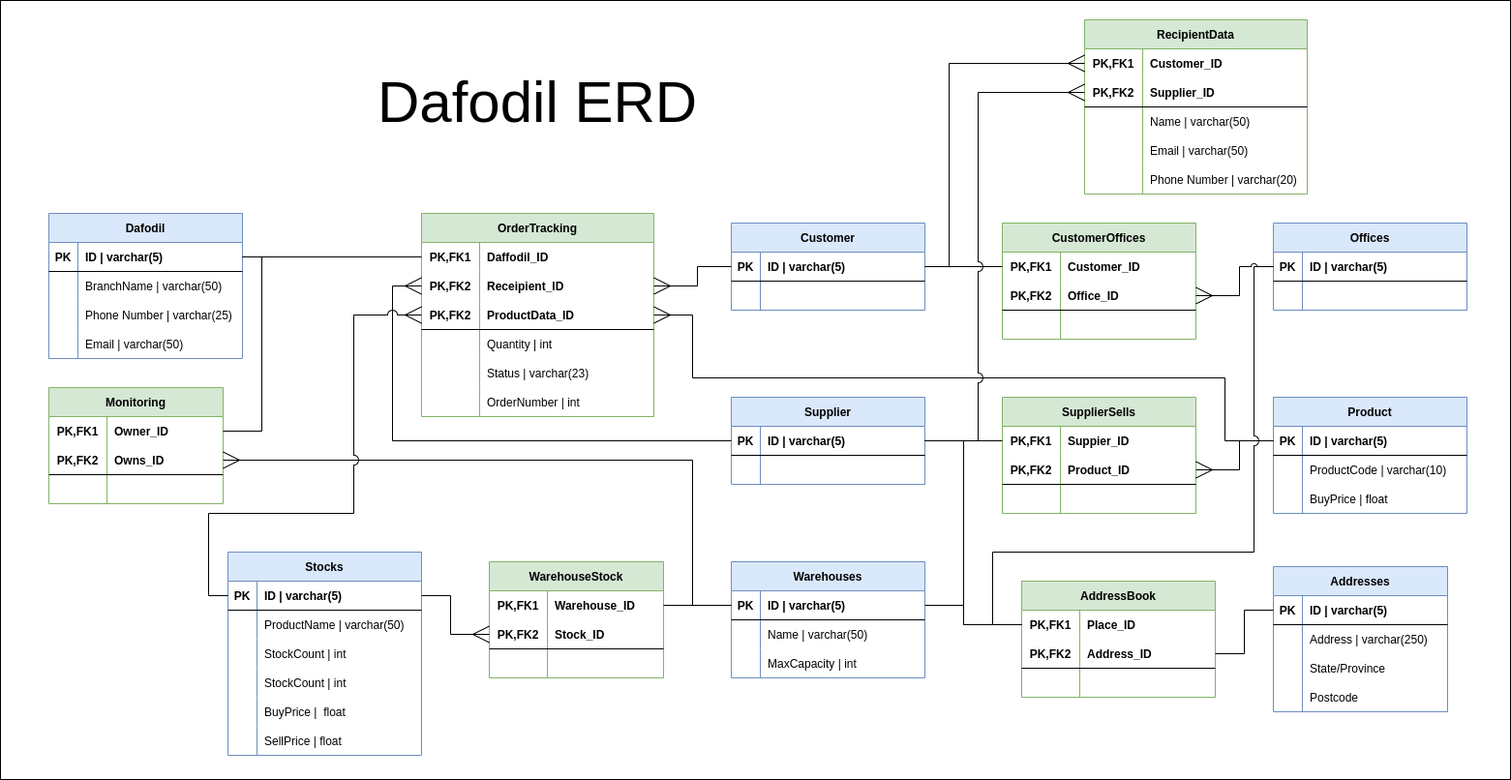
BaiOmarFromBathSpa/Databases-Assesment keeps this draw.io diagram as ERDcomplete.png. Above is the earlier version. Source tidied: cells renumbered, new cells last; positions are measured from the earlier drawing's top-left corner, leaving out a move shared by most shapes.
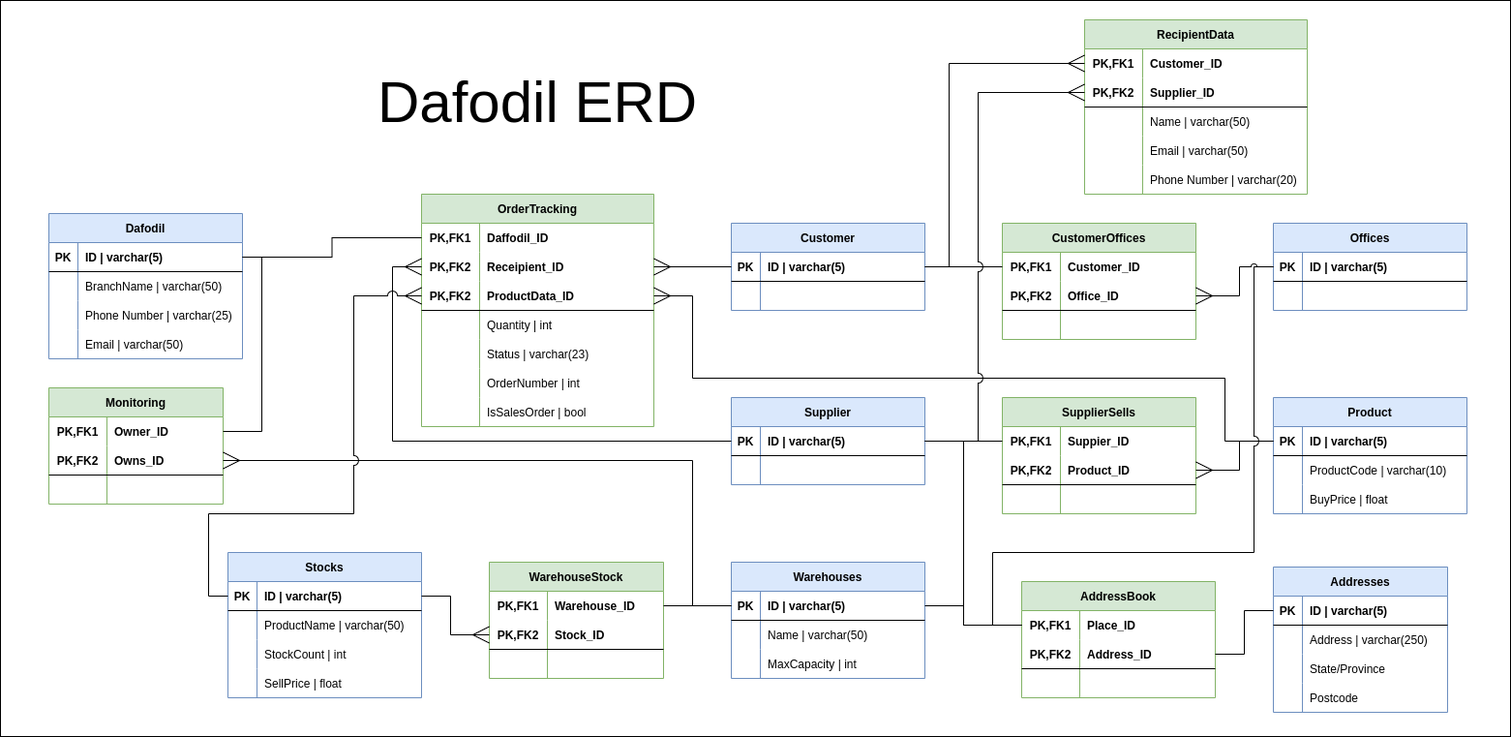
The same file after the commit.

Commit message:
this time fr final ERD tweak... unless

The edit, as a diff of the source:
```diff
@@ -3,7 +3,7 @@
     <mxCell id="0" />
     <mxCell id="1" parent="0" />
     <mxCell id="2" style="whiteSpace=wrap;html=1;align=center;strokeColor=default;fillColor=default;backgroundOutline=1;" parent="1" vertex="1">
-      <mxGeometry width="1560" height="805" as="geometry" />
+      <mxGeometry width="1560" height="760" as="geometry" />
     </mxCell>
     <mxCell id="3" value="Monitoring" style="shape=table;startSize=30;rowLines=0;fontStyle=1;align=center;strokeColor=#82b366;fillColor=#d5e8d4;" parent="1" vertex="1">
       <mxGeometry x="50" y="400" width="180" height="120" as="geometry" />
@@ -111,7 +111,7 @@
       <mxGeometry relative="1" as="geometry" />
     </mxCell>
     <mxCell id="38" value="OrderTracking" style="shape=table;startSize=30;rowLines=0;fontStyle=1;align=center;strokeColor=#82b366;fillColor=#d5e8d4;" parent="1" vertex="1">
-      <mxGeometry x="435" y="220" width="240" height="210" as="geometry" />
+      <mxGeometry x="435" y="200" width="240" height="240" as="geometry" />
     </mxCell>
     <mxCell id="39" style="shape=tableRow;horizontal=0;startSize=0;swimlaneHead=0;swimlaneBody=0;fillColor=none;points=[[0,0.5],[1,0.5]];portConstraint=eastwest;top=0;left=0;right=0;bottom=0;strokeColor=default;" parent="38" vertex="1">
       <mxGeometry y="30" width="240" height="30" as="geometry" />
@@ -167,6 +167,15 @@
     <mxCell id="56" value="OrderNumber | int" style="shape=partialRectangle;fillColor=none;top=0;left=0;bottom=0;right=0;align=left;spacingLeft=6;overflow=hidden;strokeColor=default;" parent="54" vertex="1">
       <mxGeometry x="60" width="180" height="30" as="geometry" />
     </mxCell>
+    <mxCell id="194" style="shape=tableRow;horizontal=0;startSize=0;swimlaneHead=0;swimlaneBody=0;fillColor=none;top=0;left=0;right=0;bottom=0;strokeColor=default;" parent="38" vertex="1">
+      <mxGeometry y="210" width="240" height="30" as="geometry" />
+    </mxCell>
+    <mxCell id="195" style="shape=partialRectangle;fillColor=none;top=0;left=0;bottom=0;right=0;overflow=hidden;strokeColor=default;" parent="194" vertex="1">
+      <mxGeometry width="60" height="30" as="geometry" />
+    </mxCell>
+    <mxCell id="196" value="IsSalesOrder | bool" style="shape=partialRectangle;fillColor=none;top=0;left=0;bottom=0;right=0;align=left;spacingLeft=6;overflow=hidden;strokeColor=default;" parent="194" vertex="1">
+      <mxGeometry x="60" width="180" height="30" as="geometry" />
+    </mxCell>
     <mxCell id="57" value="Addresses" style="shape=table;startSize=30;rowLines=0;fontStyle=1;align=center;strokeColor=#6c8ebf;fillColor=#dae8fc;" parent="1" vertex="1">
       <mxGeometry x="1315" y="585" width="180" height="150" as="geometry" />
     </mxCell>
@@ -421,7 +430,7 @@
       </mxGeometry>
     </mxCell>
     <mxCell id="138" value="Stocks" style="shape=table;startSize=30;rowLines=0;fontStyle=1;align=center;strokeColor=#6c8ebf;fillColor=#dae8fc;" parent="1" vertex="1">
-      <mxGeometry x="235" y="570" width="200" height="210" as="geometry" />
+      <mxGeometry x="235" y="570" width="200" height="150" as="geometry" />
     </mxCell>
     <mxCell id="139" style="shape=tableRow;horizontal=0;startSize=0;swimlaneHead=0;swimlaneBody=0;fillColor=none;points=[[0,0.5],[1,0.5]];portConstraint=eastwest;top=0;left=0;right=0;bottom=1;strokeColor=default;" parent="138" vertex="1">
       <mxGeometry y="30" width="200" height="30" as="geometry" />
@@ -450,26 +459,8 @@
     <mxCell id="147" value="StockCount | int" style="shape=partialRectangle;fillColor=none;top=0;left=0;bottom=0;right=0;align=left;spacingLeft=6;overflow=hidden;strokeColor=default;" parent="145" vertex="1">
       <mxGeometry x="30" width="170" height="30" as="geometry" />
     </mxCell>
-    <mxCell id="148" style="shape=tableRow;horizontal=0;startSize=0;swimlaneHead=0;swimlaneBody=0;fillColor=none;top=0;left=0;right=0;bottom=0;strokeColor=default;" parent="138" vertex="1">
-      <mxGeometry y="120" width="200" height="30" as="geometry" />
-    </mxCell>
-    <mxCell id="149" style="shape=partialRectangle;fillColor=none;top=0;left=0;bottom=0;right=0;overflow=hidden;strokeColor=default;" parent="148" vertex="1">
-      <mxGeometry width="30" height="30" as="geometry" />
-    </mxCell>
-    <mxCell id="150" value="StockCount | int" style="shape=partialRectangle;fillColor=none;top=0;left=0;bottom=0;right=0;align=left;spacingLeft=6;overflow=hidden;strokeColor=default;" parent="148" vertex="1">
-      <mxGeometry x="30" width="170" height="30" as="geometry" />
-    </mxCell>
-    <mxCell id="151" style="shape=tableRow;horizontal=0;startSize=0;swimlaneHead=0;swimlaneBody=0;fillColor=none;top=0;left=0;right=0;bottom=0;strokeColor=default;" parent="138" vertex="1">
-      <mxGeometry y="150" width="200" height="30" as="geometry" />
-    </mxCell>
-    <mxCell id="152" style="shape=partialRectangle;fillColor=none;top=0;left=0;bottom=0;right=0;overflow=hidden;strokeColor=default;" parent="151" vertex="1">
-      <mxGeometry width="30" height="30" as="geometry" />
-    </mxCell>
-    <mxCell id="153" value="BuyPrice |  float" style="shape=partialRectangle;fillColor=none;top=0;left=0;bottom=0;right=0;align=left;spacingLeft=6;overflow=hidden;strokeColor=default;" parent="151" vertex="1">
-      <mxGeometry x="30" width="170" height="30" as="geometry" />
-    </mxCell>
     <mxCell id="154" style="shape=tableRow;horizontal=0;startSize=0;swimlaneHead=0;swimlaneBody=0;fillColor=none;top=0;left=0;right=0;bottom=0;strokeColor=default;" parent="138" vertex="1">
-      <mxGeometry y="180" width="200" height="30" as="geometry" />
+      <mxGeometry y="120" width="200" height="30" as="geometry" />
     </mxCell>
     <mxCell id="155" style="shape=partialRectangle;fillColor=none;top=0;left=0;bottom=0;right=0;overflow=hidden;strokeColor=default;" parent="154" vertex="1">
       <mxGeometry width="30" height="30" as="geometry" />
@@ -543,7 +534,7 @@
           <mxPoint x="215" y="615" />
           <mxPoint x="215" y="530" />
           <mxPoint x="365" y="530" />
-          <mxPoint x="365" y="325" />
+          <mxPoint x="365" y="305" />
         </Array>
       </mxGeometry>
     </mxCell>
@@ -553,7 +544,7 @@
           <mxPoint x="1265" y="455" />
           <mxPoint x="1265" y="390" />
           <mxPoint x="715" y="390" />
-          <mxPoint x="715" y="325" />
+          <mxPoint x="715" y="305" />
         </Array>
       </mxGeometry>
     </mxCell>
```
